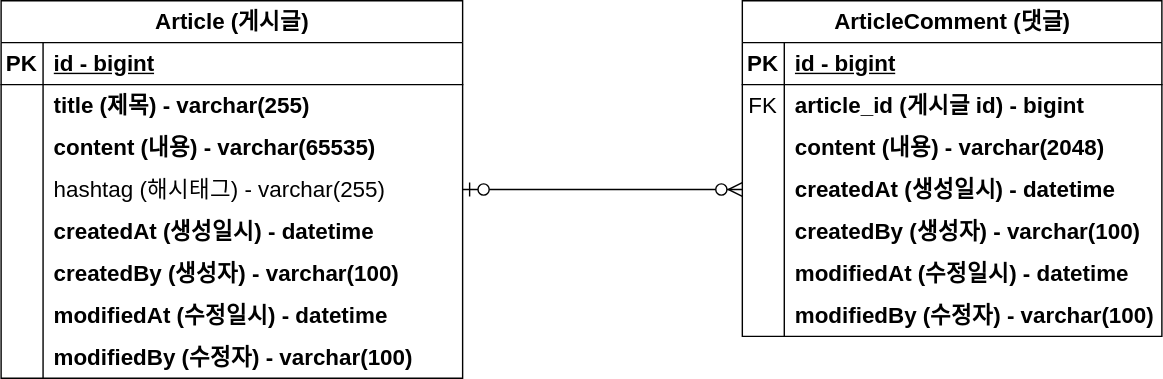
Above: document/project-board-erd.svg in hana0627/hana-study-board (draw.io), before the change. Source tidied: cells renumbered, new cells last; positions are measured from the earlier drawing's top-left corner, leaving out a move shared by most shapes.
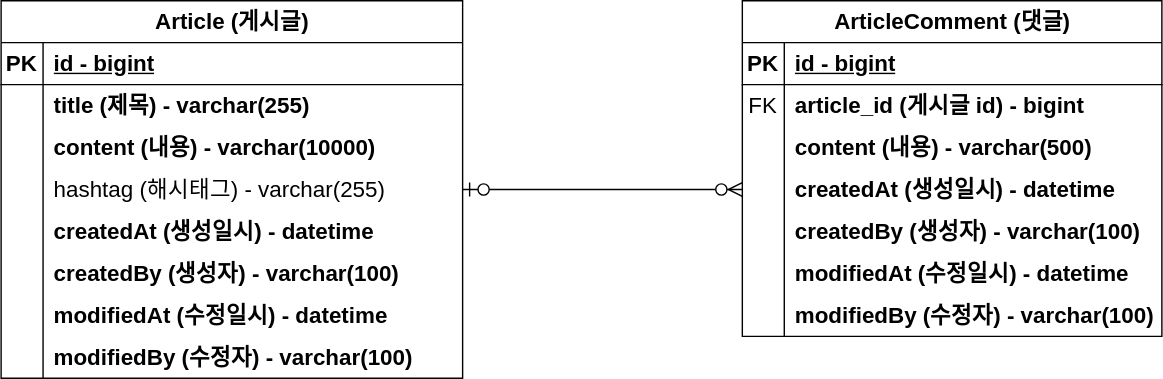
After the commit.

Commit message:
#15 - erd 업데이트 : content 사이즈 재조

What changed in the source:
```diff
@@ -29,7 +29,7 @@
     <mxCell id="10" style="shape=partialRectangle;fillColor=none;top=0;left=0;bottom=0;right=0;overflow=hidden;whiteSpace=wrap;html=1;fontSize=16;" parent="9" vertex="1">
       <mxGeometry width="30" height="30" as="geometry" />
     </mxCell>
-    <mxCell id="11" value="content (내용) - varchar(65535)" style="shape=partialRectangle;fillColor=none;top=0;left=0;bottom=0;right=0;align=left;spacingLeft=6;overflow=hidden;whiteSpace=wrap;html=1;fontSize=16;fontStyle=1;" parent="9" vertex="1">
+    <mxCell id="11" value="content (내용) - varchar(10000)" style="shape=partialRectangle;fillColor=none;top=0;left=0;bottom=0;right=0;align=left;spacingLeft=6;overflow=hidden;whiteSpace=wrap;html=1;fontSize=16;fontStyle=1;" parent="9" vertex="1">
       <mxGeometry x="30" width="300" height="30" as="geometry" />
     </mxCell>
     <mxCell id="12" style="shape=tableRow;horizontal=0;startSize=0;swimlaneHead=0;swimlaneBody=0;fillColor=none;points=[[0,0.5],[1,0.5]];portConstraint=eastwest;top=0;left=0;right=0;bottom=0;fontSize=16;" parent="2" vertex="1">
@@ -104,7 +104,7 @@
     <mxCell id="35" style="shape=partialRectangle;fillColor=none;top=0;left=0;bottom=0;right=0;overflow=hidden;whiteSpace=wrap;html=1;fontSize=16;" parent="34" vertex="1">
       <mxGeometry width="30" height="30" as="geometry" />
     </mxCell>
-    <mxCell id="36" value="content (내용) - varchar(2048)" style="shape=partialRectangle;fillColor=none;top=0;left=0;bottom=0;right=0;align=left;spacingLeft=6;overflow=hidden;whiteSpace=wrap;html=1;fontSize=16;fontStyle=1;" parent="34" vertex="1">
+    <mxCell id="36" value="content (내용) - varchar(500)" style="shape=partialRectangle;fillColor=none;top=0;left=0;bottom=0;right=0;align=left;spacingLeft=6;overflow=hidden;whiteSpace=wrap;html=1;fontSize=16;fontStyle=1;" parent="34" vertex="1">
       <mxGeometry x="30" width="270" height="30" as="geometry" />
     </mxCell>
     <mxCell id="37" style="shape=tableRow;horizontal=0;startSize=0;swimlaneHead=0;swimlaneBody=0;fillColor=none;points=[[0,0.5],[1,0.5]];portConstraint=eastwest;top=0;left=0;right=0;bottom=0;fontSize=16;" parent="27" vertex="1">
```
